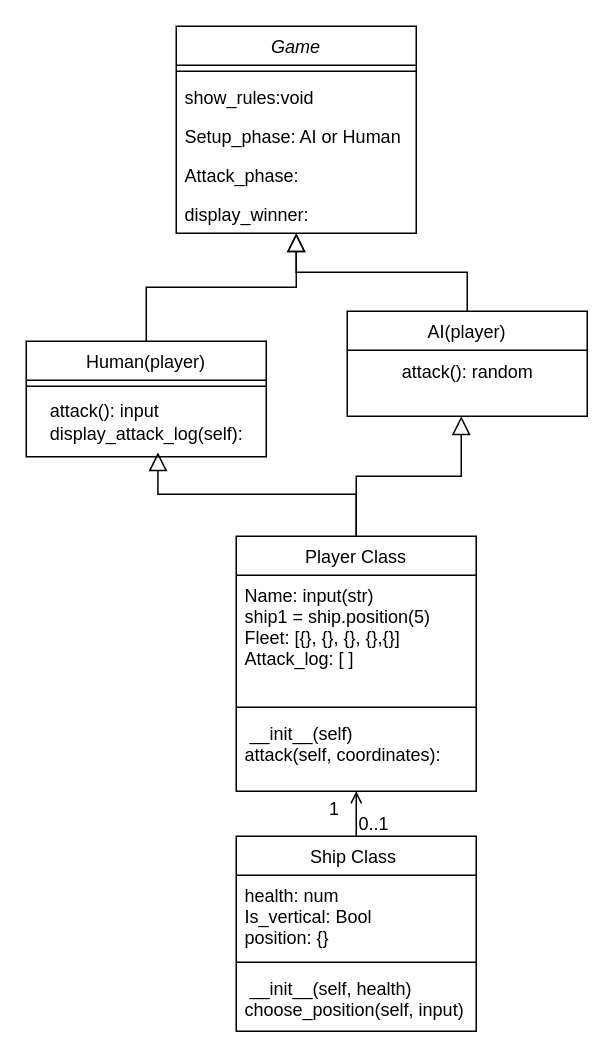
Before: .drawio in aamrlyman/Battle-Ship-, a draw.io diagram. Source tidied: cells renumbered, new cells numbered last; positions are measured from the earlier drawing's top-left corner, leaving out a move shared by most shapes. Both pictures are drawn from the tidied source at 150%, with x=0, y=0 at pixel (26, 26).
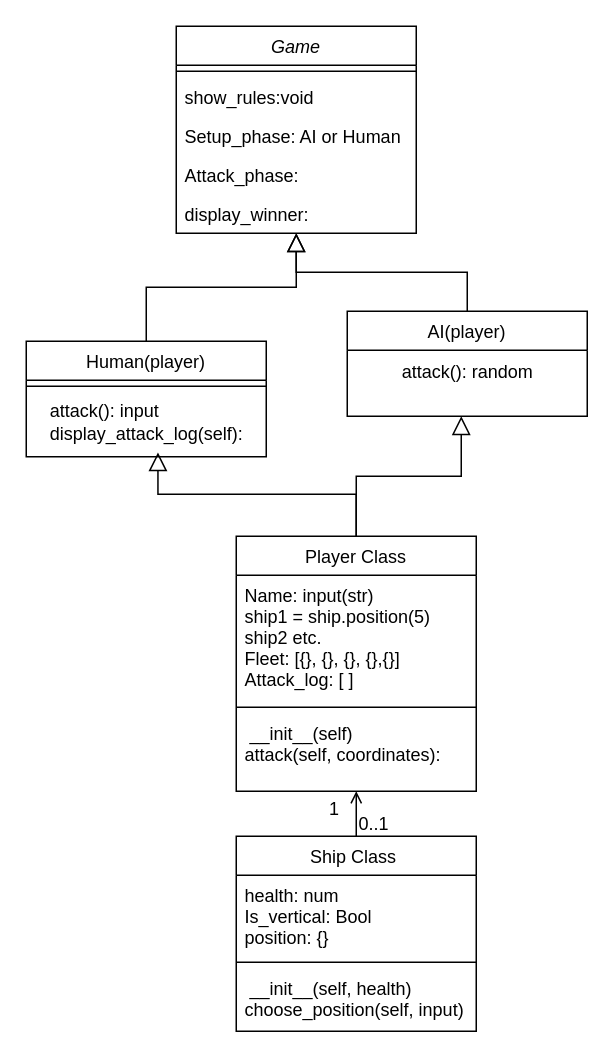
The same page after the edit.

The change refers to these unchanged cells:
```xml
<mxCell id="19" value="Player Class" style="swimlane;fontStyle=0;align=center;verticalAlign=top;horizontal=1;startSize=26;rounded=0;shadow=0;strokeWidth=1;" parent="1" vertex="1">
  <mxGeometry x="140" y="340" width="160" height="170" as="geometry" />
</mxCell>
```

Diff of the diagram source:
```diff
@@
-    <mxCell id="20" value="Name: input(str)&#10;ship1 = ship.position(5)&#10;Fleet: [{}, {}, {}, {},{}]&#10;Attack_log: [ ]" style="text;align=left;verticalAlign=top;spacingLeft=4;spacingRight=4;overflow=hidden;rounded=0;shadow=0;html=0;" parent="19" vertex="1">
+    <mxCell id="20" value="Name: input(str)&#10;ship1 = ship.position(5)&#10;ship2 etc.&#10;Fleet: [{}, {}, {}, {},{}]&#10;Attack_log: [ ]" style="text;align=left;verticalAlign=top;spacingLeft=4;spacingRight=4;overflow=hidden;rounded=0;shadow=0;html=0;" parent="19" vertex="1">
       <mxGeometry y="26" width="160" height="84" as="geometry" />
     </mxCell>
```
